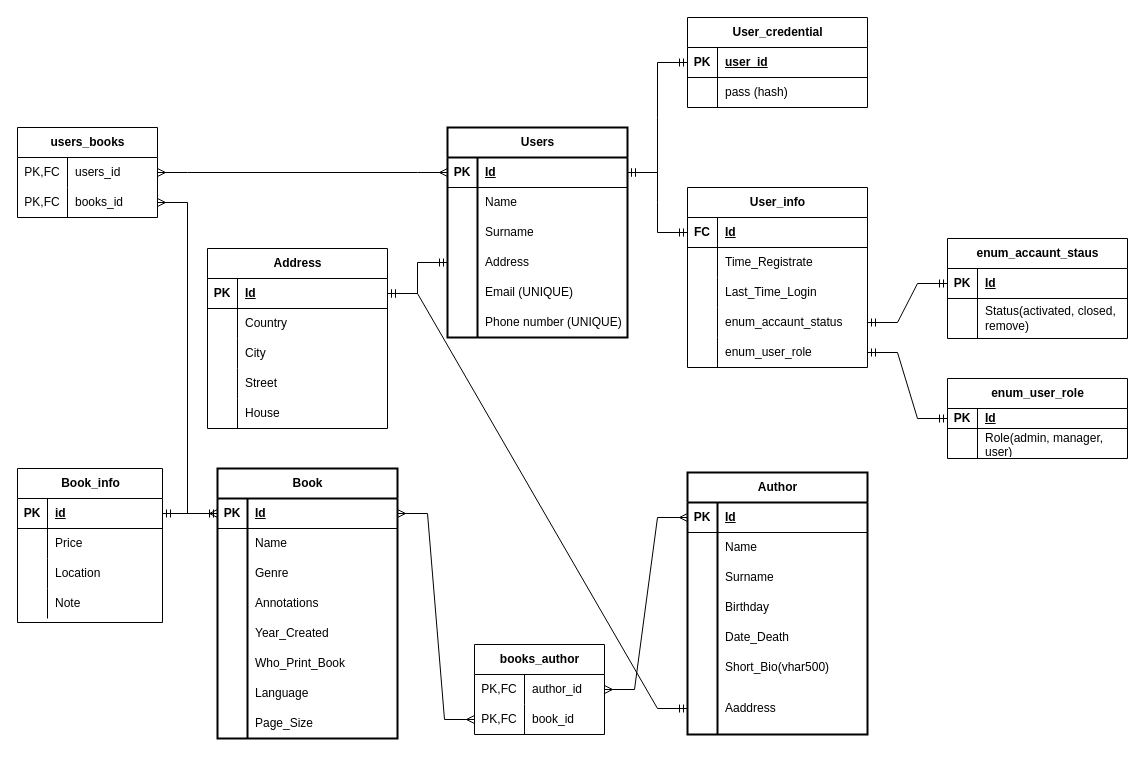
Earlier version of the draw.io diagram src/main/resources/sql/Library.drawio (VanderbiGit/Library). Source tidied: cells renumbered, new cells numbered last; positions are measured from the earlier drawing's top-left corner, leaving out a move shared by most shapes. Both pictures are drawn from the tidied source at 100%, with x=0, y=0 at pixel (17, 17).
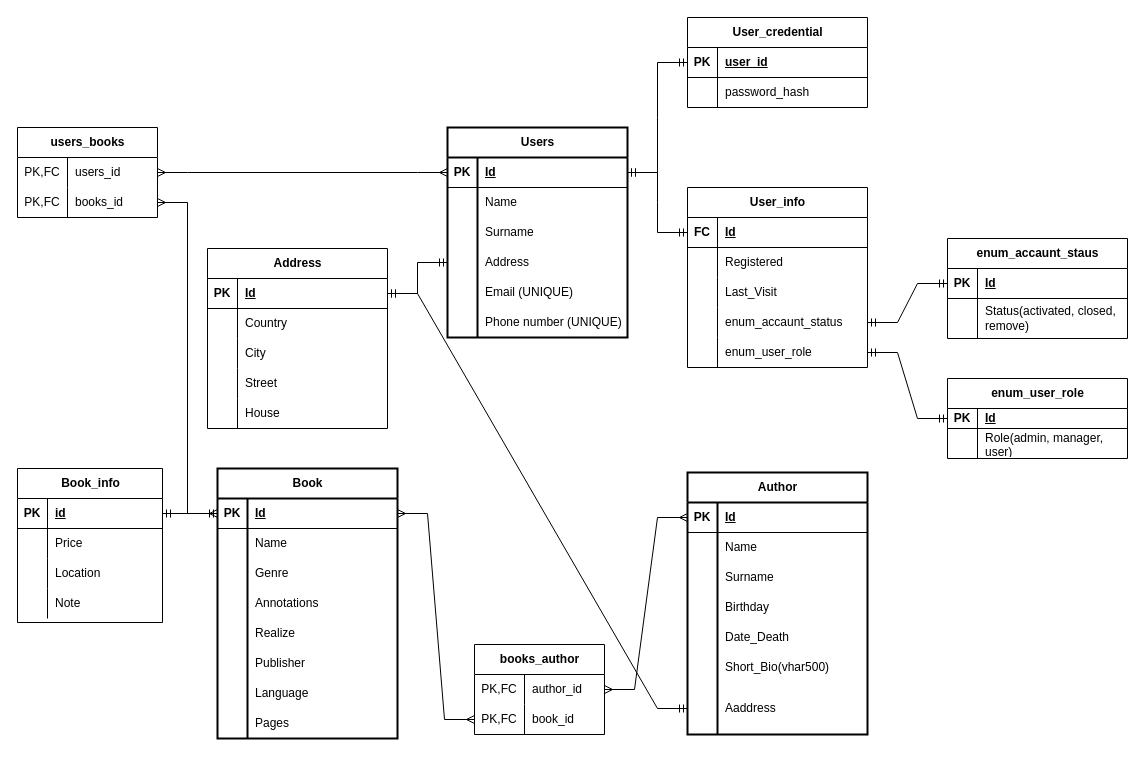
After the change.

The change refers to these unchanged cells:
```xml
<mxCell id="33" style="shape=tableRow;horizontal=0;startSize=0;swimlaneHead=0;swimlaneBody=0;fillColor=none;top=0;left=0;right=0;bottom=0;" parent="29" vertex="1">
  <mxGeometry y="60" width="180" height="30" as="geometry" />
</mxCell>
<mxCell id="40" style="shape=tableRow;horizontal=0;startSize=0;swimlaneHead=0;swimlaneBody=0;fillColor=none;top=0;left=0;right=0;bottom=0;" parent="36" vertex="1">
  <mxGeometry y="60" width="180" height="30" as="geometry" />
</mxCell>
<mxCell id="43" style="shape=tableRow;horizontal=0;startSize=0;swimlaneHead=0;swimlaneBody=0;fillColor=none;top=0;left=0;right=0;bottom=0;" parent="36" vertex="1">
  <mxGeometry y="90" width="180" height="30" as="geometry" />
</mxCell>
<mxCell id="94" style="shape=tableRow;horizontal=0;startSize=0;swimlaneHead=0;swimlaneBody=0;fillColor=none;top=0;left=0;right=0;bottom=0;" parent="81" vertex="1">
  <mxGeometry y="150" width="180" height="30" as="geometry" />
</mxCell>
<mxCell id="97" style="shape=tableRow;horizontal=0;startSize=0;swimlaneHead=0;swimlaneBody=0;fillColor=none;top=0;left=0;right=0;bottom=0;" parent="81" vertex="1">
  <mxGeometry y="180" width="180" height="30" as="geometry" />
</mxCell>
<mxCell id="103" style="shape=tableRow;horizontal=0;startSize=0;swimlaneHead=0;swimlaneBody=0;fillColor=none;top=0;left=0;right=0;bottom=0;" parent="81" vertex="1">
  <mxGeometry y="240" width="180" height="30" as="geometry" />
</mxCell>
```

The edit, as a diff of the source:
```diff
@@
-    <mxCell id="35" value="pass (hash)" style="shape=partialRectangle;fillColor=none;top=0;left=0;bottom=0;right=0;align=left;spacingLeft=6;overflow=hidden;whiteSpace=wrap;html=1;" parent="33" vertex="1">
+    <mxCell id="35" value="password_hash" style="shape=partialRectangle;fillColor=none;top=0;left=0;bottom=0;right=0;align=left;spacingLeft=6;overflow=hidden;whiteSpace=wrap;html=1;" parent="33" vertex="1">
       <mxGeometry x="30" width="150" height="30" as="geometry" />
     </mxCell>
@@
-    <mxCell id="42" value="Time_Registrate" style="shape=partialRectangle;fillColor=none;top=0;left=0;bottom=0;right=0;align=left;spacingLeft=6;overflow=hidden;whiteSpace=wrap;html=1;" parent="40" vertex="1">
+    <mxCell id="42" value="Registered" style="shape=partialRectangle;fillColor=none;top=0;left=0;bottom=0;right=0;align=left;spacingLeft=6;overflow=hidden;whiteSpace=wrap;html=1;" parent="40" vertex="1">
       <mxGeometry x="30" width="150" height="30" as="geometry" />
     </mxCell>
@@
-    <mxCell id="45" value="Last_Time_Login" style="shape=partialRectangle;fillColor=none;top=0;left=0;bottom=0;right=0;align=left;spacingLeft=6;overflow=hidden;whiteSpace=wrap;html=1;" parent="43" vertex="1">
+    <mxCell id="45" value="Last_Visit" style="shape=partialRectangle;fillColor=none;top=0;left=0;bottom=0;right=0;align=left;spacingLeft=6;overflow=hidden;whiteSpace=wrap;html=1;" parent="43" vertex="1">
       <mxGeometry x="30" width="150" height="30" as="geometry" />
     </mxCell>
@@
-    <mxCell id="96" value="Year_Created" style="shape=partialRectangle;fillColor=none;top=0;left=0;bottom=0;right=0;align=left;spacingLeft=6;overflow=hidden;whiteSpace=wrap;html=1;" parent="94" vertex="1">
+    <mxCell id="96" value="Realize" style="shape=partialRectangle;fillColor=none;top=0;left=0;bottom=0;right=0;align=left;spacingLeft=6;overflow=hidden;whiteSpace=wrap;html=1;" parent="94" vertex="1">
       <mxGeometry x="30" width="150" height="30" as="geometry" />
     </mxCell>
@@
-    <mxCell id="99" value="Who_Print_Book" style="shape=partialRectangle;fillColor=none;top=0;left=0;bottom=0;right=0;align=left;spacingLeft=6;overflow=hidden;whiteSpace=wrap;html=1;" parent="97" vertex="1">
+    <mxCell id="99" value="Publisher" style="shape=partialRectangle;fillColor=none;top=0;left=0;bottom=0;right=0;align=left;spacingLeft=6;overflow=hidden;whiteSpace=wrap;html=1;" parent="97" vertex="1">
       <mxGeometry x="30" width="150" height="30" as="geometry" />
     </mxCell>
@@
-    <mxCell id="105" value="Page_Size" style="shape=partialRectangle;fillColor=none;top=0;left=0;bottom=0;right=0;align=left;spacingLeft=6;overflow=hidden;whiteSpace=wrap;html=1;" parent="103" vertex="1">
+    <mxCell id="105" value="Pages" style="shape=partialRectangle;fillColor=none;top=0;left=0;bottom=0;right=0;align=left;spacingLeft=6;overflow=hidden;whiteSpace=wrap;html=1;" parent="103" vertex="1">
       <mxGeometry x="30" width="150" height="30" as="geometry" />
     </mxCell>
```
